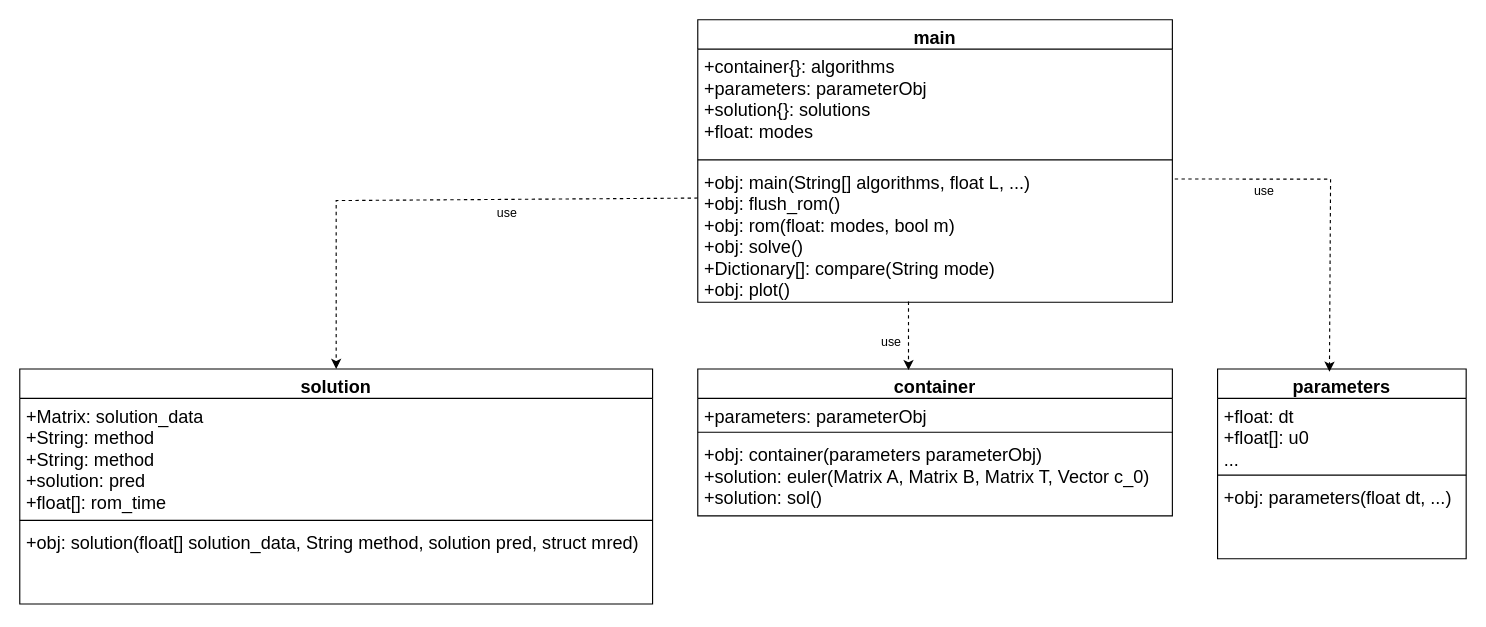
The draw.io diagram Untitled Diagram.drawio in FlorianGelb/Studienarbeit, before the edit. Source tidied: cells renumbered, new cells numbered last; positions are measured from the earlier drawing's top-left corner, leaving out a move shared by most shapes. Both pictures are drawn from the tidied source at 113%, with x=0, y=0 at pixel (19, 19).
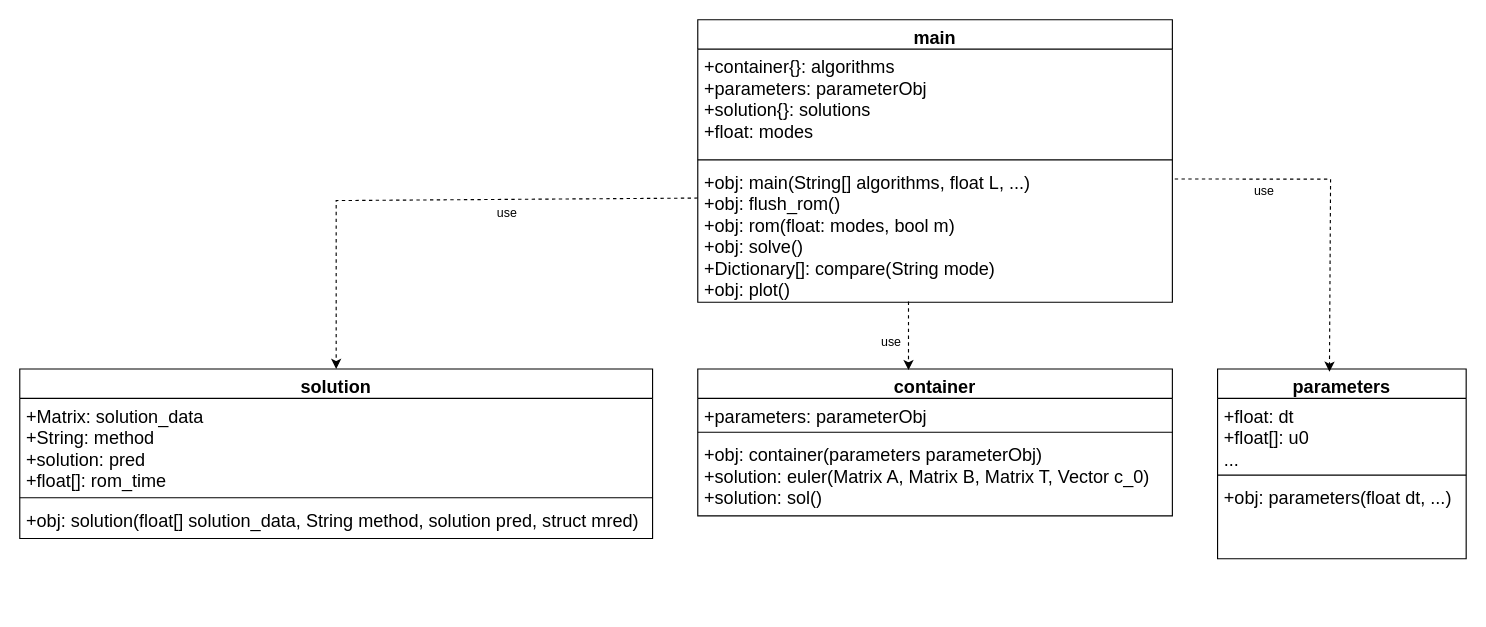
The same diagram, later.

Diff of the diagram source:
```diff
@@
     <mxCell id="10" value="solution" style="swimlane;fontStyle=1;align=center;verticalAlign=top;horizontal=1;startSize=26;fontSize=16;" parent="1" vertex="1">
-      <mxGeometry y="309" width="560" height="208" as="geometry" />
+      <mxGeometry y="309" width="560" height="150" as="geometry" />
     </mxCell>
-    <mxCell id="11" value="+Matrix: solution_data&#10;+String: method&#10;+String: method&#10;+solution: pred&#10;+float[]: rom_time&#10;" style="text;strokeColor=none;fillColor=none;align=left;verticalAlign=top;spacingLeft=4;spacingRight=4;overflow=hidden;fontSize=16;" parent="10" vertex="1">
-      <mxGeometry y="26" width="560" height="104" as="geometry" />
+    <mxCell id="11" value="+Matrix: solution_data&#10;+String: method&#10;+solution: pred&#10;+float[]: rom_time&#10;" style="text;strokeColor=none;fillColor=none;align=left;verticalAlign=top;spacingLeft=4;spacingRight=4;overflow=hidden;fontSize=16;" parent="10" vertex="1">
+      <mxGeometry y="26" width="560" height="84" as="geometry" />
     </mxCell>
     <mxCell id="12" style="line;strokeWidth=1;fillColor=none;align=left;verticalAlign=middle;spacingTop=-1;spacingLeft=3;spacingRight=3;labelPosition=right;fontSize=16;" parent="10" vertex="1">
-      <mxGeometry y="130" width="560" height="8" as="geometry" />
+      <mxGeometry y="110" width="560" height="8" as="geometry" />
     </mxCell>
     <mxCell id="13" value="+obj: solution(float[] solution_data, String method, solution pred, struct mred)" style="text;strokeColor=none;fillColor=none;align=left;verticalAlign=top;spacingLeft=4;spacingRight=4;overflow=hidden;fontSize=16;" parent="10" vertex="1">
-      <mxGeometry y="138" width="560" height="70" as="geometry" />
+      <mxGeometry y="118" width="560" height="32" as="geometry" />
     </mxCell>
```
